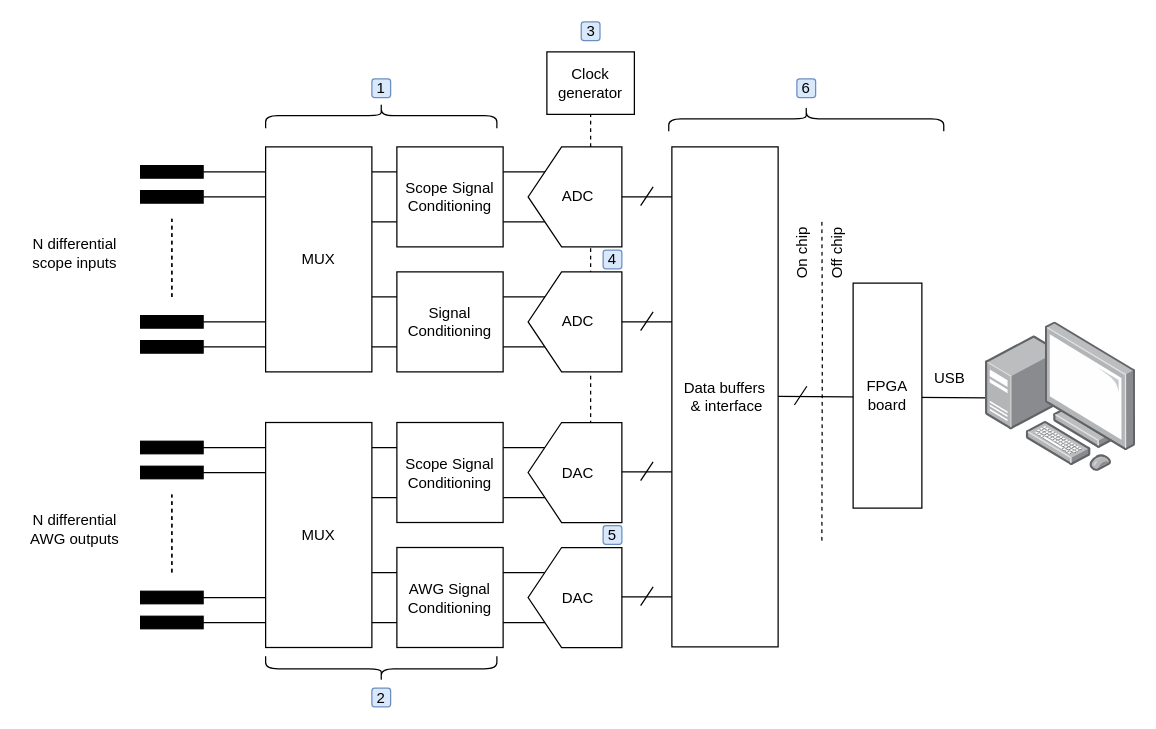
Above: figures/block_diagram.drawio in sscs-ose/sscs-ose-chipathon.github.io (draw.io), before the change. Source tidied: cells renumbered, new cells numbered last; positions are measured from the earlier drawing's top-left corner, leaving out a move shared by most shapes. Both pictures are drawn from the tidied source at 125%, with x=0, y=0 at pixel (21, -19).
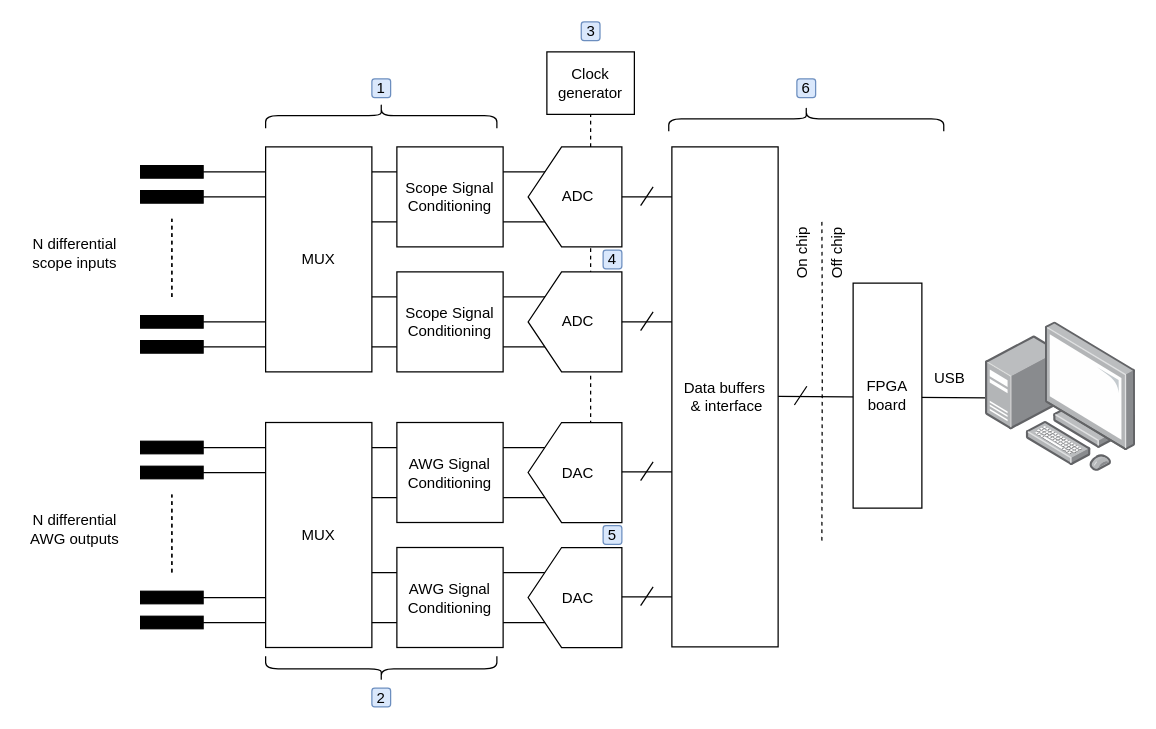
After the change.

Commit message (it also covers changes not shown here):
Fixed labeling bugs in block diagram

The edit, as a diff of the source:
```diff
@@
-    <mxCell id="18" value="Signal Conditioning" style="rounded=0;whiteSpace=wrap;html=1;" parent="1" vertex="1">
+    <mxCell id="18" value="Scope Signal Conditioning" style="rounded=0;whiteSpace=wrap;html=1;" parent="1" vertex="1">
       <mxGeometry x="300" y="232" width="85" height="80" as="geometry" />
     </mxCell>
@@
-    <mxCell id="41" value="Scope Signal Conditioning" style="rounded=0;whiteSpace=wrap;html=1;" parent="1" vertex="1">
+    <mxCell id="41" value="AWG Signal Conditioning" style="rounded=0;whiteSpace=wrap;html=1;" parent="1" vertex="1">
       <mxGeometry x="300" y="352.5" width="85" height="80" as="geometry" />
     </mxCell>
```
